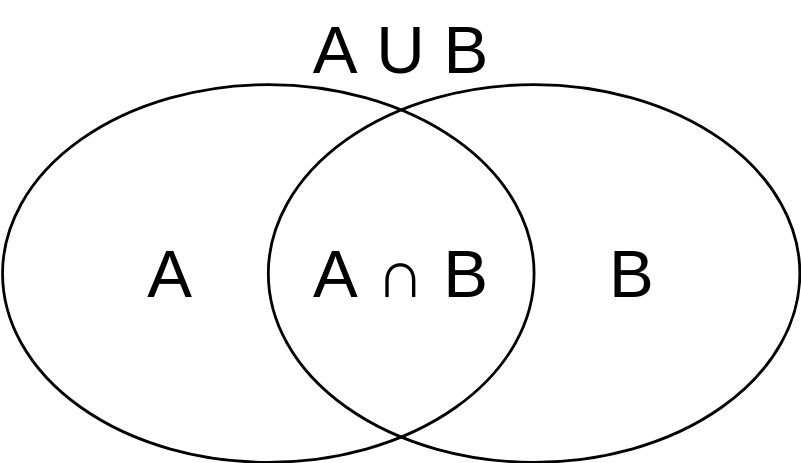
Before: images/subtyping_set.svg, a diagram exported from draw.io (alfertev2014/holyjs-2025-autumn). Source tidied: cells renumbered, new cells last; positions are measured from the earlier drawing's top-left corner, leaving out a move shared by most shapes.
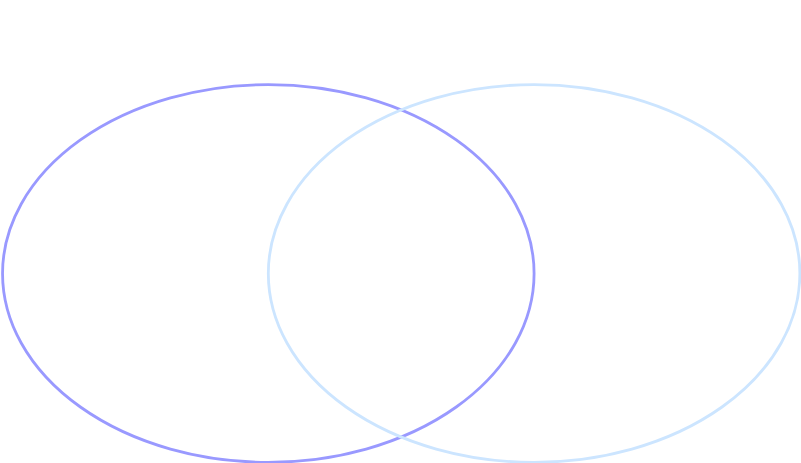
The same file after the commit.

Diff of the diagram source:
```diff
@@ -2,22 +2,22 @@
   <root>
     <mxCell id="0" />
     <mxCell id="1" parent="0" />
-    <mxCell id="2" style="ellipse;whiteSpace=wrap;html=1;fillColor=none;fontSize=64;fontStyle=1;labelPosition=center;verticalLabelPosition=middle;align=left;verticalAlign=middle;strokeWidth=2;" parent="1" vertex="1">
+    <mxCell id="2" style="ellipse;whiteSpace=wrap;html=1;fillColor=none;fontSize=64;fontStyle=1;labelPosition=center;verticalLabelPosition=middle;align=left;verticalAlign=middle;strokeWidth=2;strokeColor=#9999FF;fontColor=#FFFFFF;" parent="1" vertex="1">
       <mxGeometry y="60" width="380" height="270" as="geometry" />
     </mxCell>
-    <mxCell id="3" style="ellipse;whiteSpace=wrap;html=1;fillColor=none;strokeWidth=2;" parent="1" vertex="1">
+    <mxCell id="3" style="ellipse;whiteSpace=wrap;html=1;fillColor=none;strokeWidth=2;strokeColor=#CCE5FF;fontColor=#FFFFFF;" parent="1" vertex="1">
       <mxGeometry x="190" y="60" width="380" height="270" as="geometry" />
     </mxCell>
-    <mxCell id="4" value="A" style="text;html=1;align=center;verticalAlign=middle;whiteSpace=wrap;rounded=0;fontSize=48;fontStyle=0;" parent="1" vertex="1">
+    <mxCell id="4" value="&lt;font style=&quot;color: rgb(255, 255, 255);&quot;&gt;A&lt;/font&gt;" style="text;html=1;align=center;verticalAlign=middle;whiteSpace=wrap;rounded=0;fontSize=48;fontStyle=0;" parent="1" vertex="1">
       <mxGeometry x="90" y="160" width="60" height="70" as="geometry" />
     </mxCell>
-    <mxCell id="5" value="&lt;font&gt;B&lt;/font&gt;" style="text;html=1;align=center;verticalAlign=middle;whiteSpace=wrap;rounded=0;fontSize=48;fontStyle=0;" parent="1" vertex="1">
+    <mxCell id="5" value="&lt;font style=&quot;color: rgb(255, 255, 255);&quot;&gt;B&lt;/font&gt;" style="text;html=1;align=center;verticalAlign=middle;whiteSpace=wrap;rounded=0;fontSize=48;fontStyle=0;fontColor=#FFFFFF;" parent="1" vertex="1">
       <mxGeometry x="420" y="160" width="60" height="70" as="geometry" />
     </mxCell>
-    <mxCell id="6" value="&lt;font&gt;A&amp;nbsp;&lt;span style=&quot;font-family: Arial, sans-serif; background-color: transparent; font-variant-numeric: normal; font-variant-east-asian: normal; font-variant-alternates: normal; font-variant-position: normal; font-variant-emoji: normal; vertical-align: baseline; white-space-collapse: preserve;&quot; id=&quot;docs-internal-guid-f5a295f0-7fff-9604-6995-6b2787199c86&quot;&gt;∩ B&lt;/span&gt;&lt;/font&gt;" style="text;html=1;align=center;verticalAlign=middle;whiteSpace=wrap;rounded=0;fontSize=48;fontStyle=0;fontColor=default;" parent="1" vertex="1">
+    <mxCell id="6" value="&lt;font style=&quot;color: rgb(255, 255, 255);&quot;&gt;A&amp;nbsp;&lt;span id=&quot;docs-internal-guid-f5a295f0-7fff-9604-6995-6b2787199c86&quot; style=&quot;font-family: Arial, sans-serif; background-color: transparent; font-variant-numeric: normal; font-variant-east-asian: normal; font-variant-alternates: normal; font-variant-position: normal; font-variant-emoji: normal; vertical-align: baseline; white-space-collapse: preserve;&quot;&gt;∩ B&lt;/span&gt;&lt;/font&gt;" style="text;html=1;align=center;verticalAlign=middle;whiteSpace=wrap;rounded=0;fontSize=48;fontStyle=0;fontColor=#FFFFFF;" parent="1" vertex="1">
       <mxGeometry x="190" y="160" width="190" height="70" as="geometry" />
     </mxCell>
-    <mxCell id="7" value="&lt;font&gt;A&amp;nbsp;&lt;span style=&quot;font-family: Arial, sans-serif; background-color: transparent; font-variant-numeric: normal; font-variant-east-asian: normal; font-variant-alternates: normal; font-variant-position: normal; font-variant-emoji: normal; vertical-align: baseline; white-space-collapse: preserve;&quot; id=&quot;docs-internal-guid-f5a295f0-7fff-9604-6995-6b2787199c86&quot;&gt;&lt;span id=&quot;docs-internal-guid-2918fae9-7fff-6da2-7ce6-df3b0c8d137e&quot; style=&quot;background-color: transparent; font-variant-numeric: normal; font-variant-east-asian: normal; font-variant-alternates: normal; font-variant-position: normal; font-variant-emoji: normal; vertical-align: baseline;&quot;&gt;U&lt;/span&gt;&amp;nbsp;B&lt;/span&gt;&lt;/font&gt;" style="text;html=1;align=center;verticalAlign=middle;whiteSpace=wrap;rounded=0;fontSize=48;fontStyle=0;fontColor=default;" parent="1" vertex="1">
+    <mxCell id="7" value="&lt;font style=&quot;color: rgb(255, 255, 255);&quot;&gt;A&amp;nbsp;&lt;span id=&quot;docs-internal-guid-f5a295f0-7fff-9604-6995-6b2787199c86&quot; style=&quot;font-family: Arial, sans-serif; background-color: transparent; font-variant-numeric: normal; font-variant-east-asian: normal; font-variant-alternates: normal; font-variant-position: normal; font-variant-emoji: normal; vertical-align: baseline; white-space-collapse: preserve;&quot;&gt;&lt;span style=&quot;background-color: transparent; font-variant-numeric: normal; font-variant-east-asian: normal; font-variant-alternates: normal; font-variant-position: normal; font-variant-emoji: normal; vertical-align: baseline;&quot; id=&quot;docs-internal-guid-2918fae9-7fff-6da2-7ce6-df3b0c8d137e&quot;&gt;U&lt;/span&gt;&amp;nbsp;B&lt;/span&gt;&lt;/font&gt;" style="text;html=1;align=center;verticalAlign=middle;whiteSpace=wrap;rounded=0;fontSize=48;fontStyle=0;fontColor=#FFFFFF;strokeColor=none;" parent="1" vertex="1">
       <mxGeometry x="190" width="190" height="70" as="geometry" />
     </mxCell>
   </root>
```
